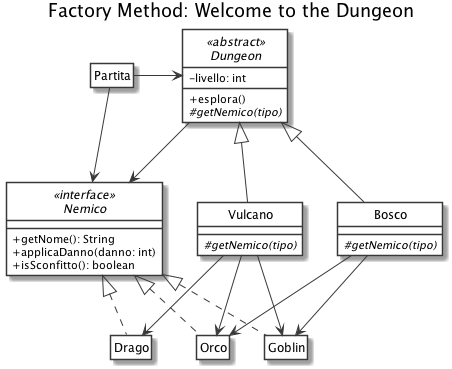
Earlier version of the PlantUML export DesignPattern/FactoryMethod/Dungeon/uml/class_diagram.png (dmi-tutorato-ids/materiale).
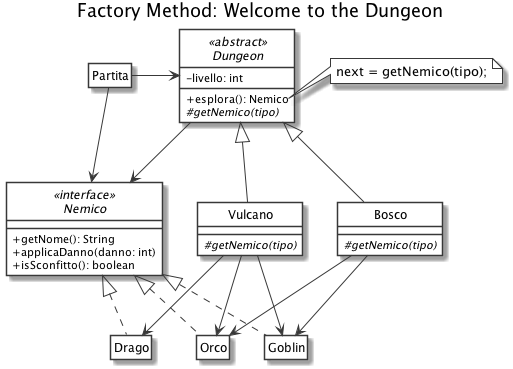
After the change.

Commit message:
fix: Add note for class diagram

Diff of the diagram source:
```diff
@@ -15,10 +15,14 @@
 
 abstract class Dungeon <<abstract>> {
     - livello: int
-    + esplora()
+    + esplora(): Nemico
     # {abstract} getNemico(tipo)
 }
 show Dungeon members
+
+note right of Dungeon::esplora
+  next = getNemico(tipo);
+end note
 
 class Bosco extends Dungeon {
      # {abstract} getNemico(tipo)
```
